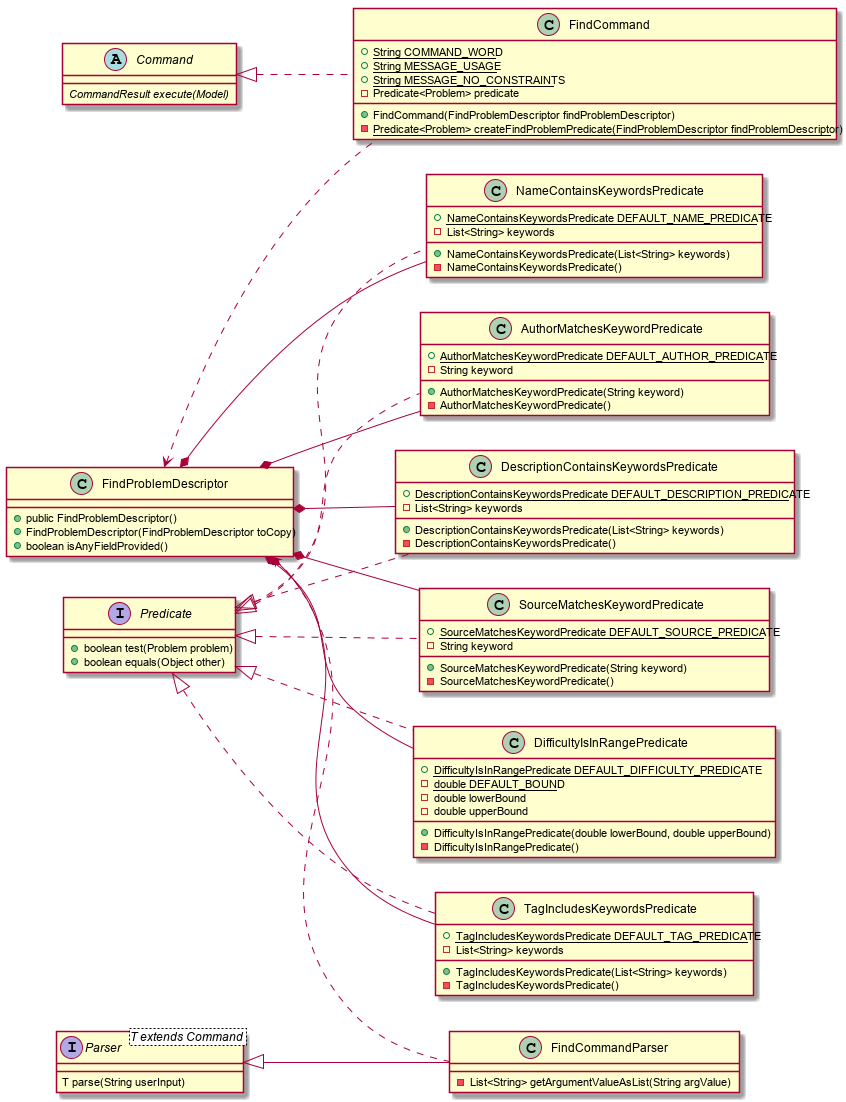
Above: images/find/FindCommandClassDiagram.png in CS2103T-W11-1/main (PlantUML), before the change.
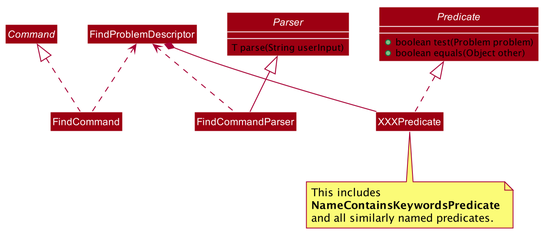
After the change.

The edit, as a diff of the source:
```diff
@@ -1,87 +1,87 @@
 @startuml
 
-left to right direction
 
-abstract class Command {
-  {abstract} CommandResult execute(Model)
+
+
+
+
+
+
+skinparam BackgroundColor #FFFFFFF
+
+skinparam Shadowing false
+
+skinparam Class {
+    FontColor #FFFFFF
+    BorderThickness 1
+    BorderColor #FFFFFF
+    StereotypeFontColor #FFFFFF
+    FontName Arial
 }
+
+skinparam Actor {
+    BorderColor #000000
+    Color #000000
+    FontName Arial
+}
+
+skinparam Sequence {
+    MessageAlign center
+    BoxFontSize 15
+    BoxPadding 0
+    BoxFontColor #FFFFFF
+    FontName Arial
+}
+
+skinparam Participant {
+    FontColor #FFFFFFF
+    Padding 20
+}
+
+skinparam MinClassWidth 50
+skinparam ParticipantPadding 10
+skinparam Shadowing false
+skinparam DefaultTextAlignment center
+skinparam packageStyle Rectangle
+
+hide footbox
+hide members
+hide circle
+show interface members
+skinparam arrowThickness 1.1
+skinparam classBackgroundColor #9D0012
+
+abstract class Command
+
 interface Predicate {
 	+ boolean test(Problem problem)
 	+ boolean equals(Object other)
 }
-interface Parser<T extends Command> {
+
+interface Parser {
 	T parse(String userInput)
 }
-class FindCommand {
-	+ {static} String COMMAND_WORD
-	+ {static} String MESSAGE_USAGE
-	+ {static} String MESSAGE_NO_CONSTRAINTS
-	- Predicate<Problem> predicate
-	+ FindCommand(FindProblemDescriptor findProblemDescriptor)
-	- {static} Predicate<Problem> createFindProblemPredicate(FindProblemDescriptor findProblemDescriptor)
-}
-class FindProblemDescriptor {
-	+ public FindProblemDescriptor()
-	+ FindProblemDescriptor(FindProblemDescriptor toCopy)
-	+ boolean isAnyFieldProvided()
-}
-class NameContainsKeywordsPredicate {
-	+ {static} NameContainsKeywordsPredicate DEFAULT_NAME_PREDICATE
-	- List<String> keywords
-	+ NameContainsKeywordsPredicate(List<String> keywords)
-	- NameContainsKeywordsPredicate()
-}
-class AuthorMatchesKeywordPredicate {
-	+ {static} AuthorMatchesKeywordPredicate DEFAULT_AUTHOR_PREDICATE
-	- String keyword
-	+ AuthorMatchesKeywordPredicate(String keyword)
-	- AuthorMatchesKeywordPredicate()
-}
-class DescriptionContainsKeywordsPredicate {
-	+ {static} DescriptionContainsKeywordsPredicate DEFAULT_DESCRIPTION_PREDICATE
-	- List<String> keywords
-	+ DescriptionContainsKeywordsPredicate(List<String> keywords)
-	- DescriptionContainsKeywordsPredicate()
-}
-class SourceMatchesKeywordPredicate {
-	+ {static} SourceMatchesKeywordPredicate DEFAULT_SOURCE_PREDICATE
-	- String keyword
-	+ SourceMatchesKeywordPredicate(String keyword)
-	- SourceMatchesKeywordPredicate()
-}
-class DifficultyIsInRangePredicate {
-	+ {static} DifficultyIsInRangePredicate DEFAULT_DIFFICULTY_PREDICATE
-	- {static} double DEFAULT_BOUND
-	- double lowerBound
-	- double upperBound
-	+ DifficultyIsInRangePredicate(double lowerBound, double upperBound)
-	- DifficultyIsInRangePredicate()
-}
-class TagIncludesKeywordsPredicate {
-	+ {static} TagIncludesKeywordsPredicate DEFAULT_TAG_PREDICATE
-	- List<String> keywords
-	+ TagIncludesKeywordsPredicate(List<String> keywords)
-	- TagIncludesKeywordsPredicate()
-}
-class FindCommandParser {
-	- List<String> getArgumentValueAsList(String argValue)
-}
+
+class FindCommand
+
+class FindProblemDescriptor
+
+class FindCommandParser
 
 Command <|.. FindCommand
-FindProblemDescriptor *-- NameContainsKeywordsPredicate
-FindProblemDescriptor *-- AuthorMatchesKeywordPredicate
-FindProblemDescriptor *-- DescriptionContainsKeywordsPredicate
-FindProblemDescriptor *-- SourceMatchesKeywordPredicate
-FindProblemDescriptor *-- DifficultyIsInRangePredicate
-FindProblemDescriptor *-- TagIncludesKeywordsPredicate
-Predicate <|.. NameContainsKeywordsPredicate
-Predicate <|.. AuthorMatchesKeywordPredicate
-Predicate <|.. DescriptionContainsKeywordsPredicate
-Predicate <|.. SourceMatchesKeywordPredicate
-Predicate <|.. DifficultyIsInRangePredicate
-Predicate <|.. TagIncludesKeywordsPredicate
+
 Parser <|-- FindCommandParser
+
+FindProblemDescriptor *-- XXXPredicate
 FindProblemDescriptor <.. FindCommand
 FindProblemDescriptor <.. FindCommandParser
 
+Predicate <|.. XXXPredicate
+
+note bottom of XXXPredicate
+This includes
+<b>NameContainsKeywordsPredicate</b>
+and all similarly named predicates.
+end note
+
 @enduml
```
